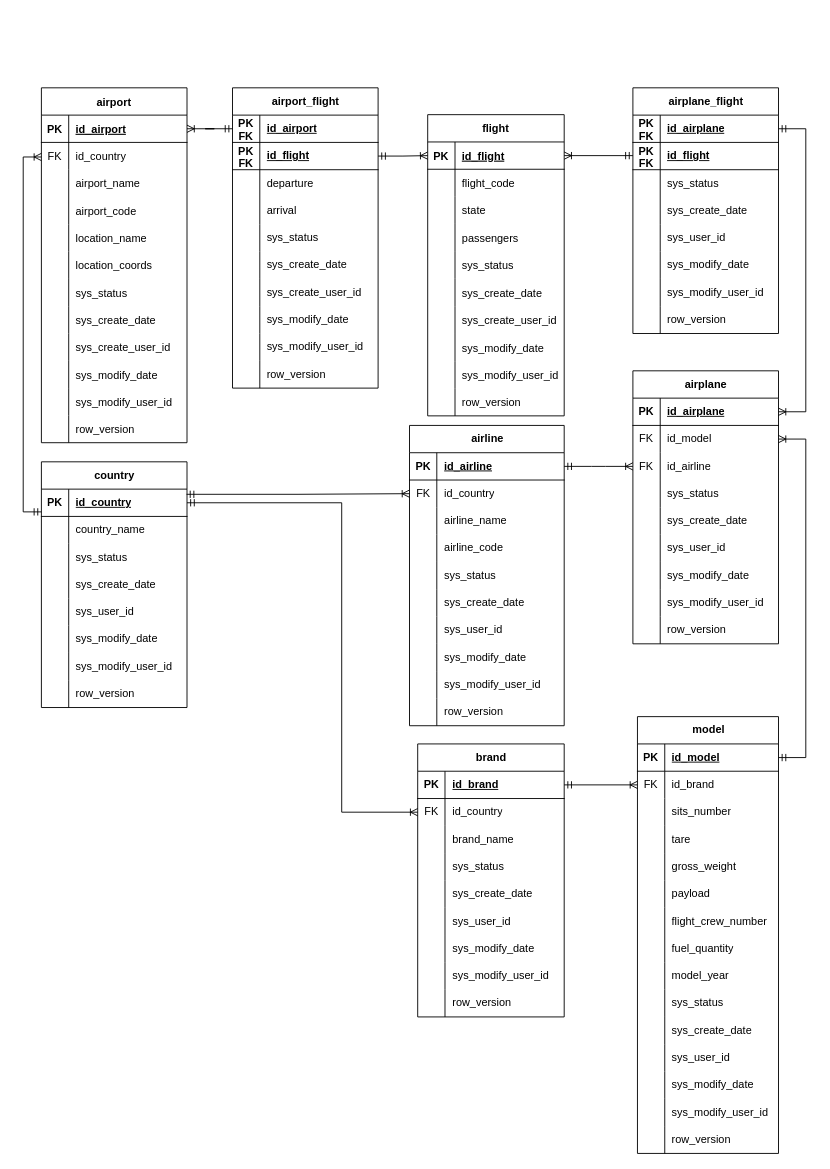
DanielDuarte-Developer/ProjetoBDFlightRadar keeps this draw.io diagram as DiagramaER_FlightRadar Simplified.drawio. Above is the earlier version. Source tidied: cells renumbered, new cells numbered last; positions are measured from the earlier drawing's top-left corner, leaving out a move shared by most shapes. Both pictures are drawn from the tidied source at 91%, with x=0, y=0 at pixel (23, 87).
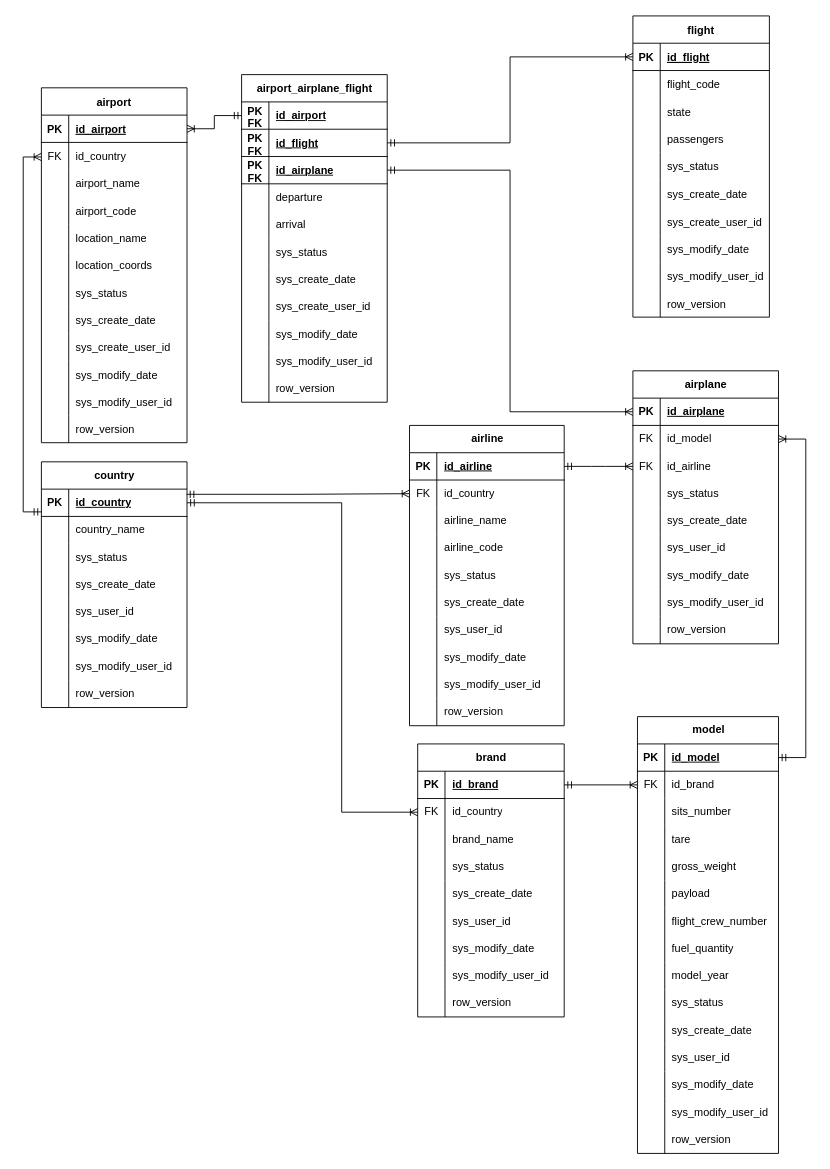
The same diagram, later.

Commit message (it also covers changes not shown here):
Change the diagram and tables

Unchanged cells that the change refers to:
```xml
<mxCell id="3" style="shape=partialRectangle;fillColor=none;points=[[0,0.5],[1,0.5]];portConstraint=eastwest;top=0;left=0;right=0;bottom=1;" parent="2" vertex="1">
  <mxGeometry y="30" width="150" height="30" as="geometry" />
</mxCell>
<mxCell id="102" style="shape=tableRow;horizontal=0;startSize=0;swimlaneHead=0;swimlaneBody=0;fillColor=none;points=[[0,0.5],[1,0.5]];portConstraint=eastwest;top=0;left=0;right=0;bottom=1;" parent="101" vertex="1">
  <mxGeometry y="30" width="160" height="30" as="geometry" />
</mxCell>
```

Diff of the diagram source:
```diff
@@
     <mxCell id="2" value="flight" style="shape=table;startSize=30;childLayout=tableLayout;rowLines=0;fontStyle=1;align=center;" parent="1" vertex="1">
-      <mxGeometry x="444.5" y="29.5" width="150" height="331" as="geometry" />
+      <mxGeometry x="670" y="-79" width="150" height="331" as="geometry" />
     </mxCell>
@@
-    <mxCell id="228" value="airport_flight" style="shape=table;startSize=30;childLayout=tableLayout;rowLines=0;fontStyle=1;align=center;html=1;" parent="1" vertex="1">
-      <mxGeometry x="230" width="160" height="330" as="geometry" />
+    <mxCell id="228" value="airport_airplane_flight" style="shape=table;startSize=30;childLayout=tableLayout;rowLines=0;fontStyle=1;align=center;html=1;" parent="1" vertex="1">
+      <mxGeometry x="240" y="-14.5" width="160" height="360" as="geometry" />
     </mxCell>
@@
+    <mxCell id="294" style="shape=tableRow;horizontal=0;startSize=0;swimlaneHead=0;swimlaneBody=0;fillColor=none;points=[[0,0.5],[1,0.5]];portConstraint=eastwest;top=0;left=0;right=0;bottom=1;" parent="228" vertex="1">
+      <mxGeometry y="90" width="160" height="30" as="geometry" />
+    </mxCell>
+    <mxCell id="269" value="PK FK" style="shape=partialRectangle;fillColor=none;top=0;left=0;bottom=0;right=0;fontStyle=1;overflow=hidden;whiteSpace=wrap;html=1;" parent="294" vertex="1">
+      <mxGeometry width="30" height="30" as="geometry" />
+    </mxCell>
+    <mxCell id="267" value="id_airplane" style="shape=partialRectangle;fillColor=none;top=0;left=0;bottom=0;right=0;align=left;spacingLeft=6;fontStyle=5;overflow=hidden;whiteSpace=wrap;html=1;" parent="294" vertex="1">
+      <mxGeometry x="30" width="130" height="30" as="geometry" />
+    </mxCell>
     <mxCell id="235" style="shape=tableRow;horizontal=0;startSize=0;swimlaneHead=0;swimlaneBody=0;fillColor=none;top=0;left=0;right=0;bottom=0;" parent="228" vertex="1">
-      <mxGeometry y="90" width="160" height="30" as="geometry" />
+      <mxGeometry y="120" width="160" height="30" as="geometry" />
     </mxCell>
@@
     <mxCell id="238" style="shape=tableRow;horizontal=0;startSize=0;swimlaneHead=0;swimlaneBody=0;fillColor=none;top=0;left=0;right=0;bottom=0;" parent="228" vertex="1">
-      <mxGeometry y="120" width="160" height="30" as="geometry" />
+      <mxGeometry y="150" width="160" height="30" as="geometry" />
     </mxCell>
@@
     <mxCell id="241" style="shape=tableRow;horizontal=0;startSize=0;swimlaneHead=0;swimlaneBody=0;fillColor=none;top=0;left=0;right=0;bottom=0;" parent="228" vertex="1">
-      <mxGeometry y="150" width="160" height="30" as="geometry" />
+      <mxGeometry y="180" width="160" height="30" as="geometry" />
     </mxCell>
@@
     <mxCell id="244" style="shape=tableRow;horizontal=0;startSize=0;swimlaneHead=0;swimlaneBody=0;fillColor=none;top=0;left=0;right=0;bottom=0;" parent="228" vertex="1">
-      <mxGeometry y="180" width="160" height="30" as="geometry" />
+      <mxGeometry y="210" width="160" height="30" as="geometry" />
     </mxCell>
@@
     <mxCell id="247" style="shape=tableRow;horizontal=0;startSize=0;swimlaneHead=0;swimlaneBody=0;fillColor=none;top=0;left=0;right=0;bottom=0;" parent="228" vertex="1">
-      <mxGeometry y="210" width="160" height="30" as="geometry" />
+      <mxGeometry y="240" width="160" height="30" as="geometry" />
     </mxCell>
@@
     <mxCell id="250" style="shape=tableRow;horizontal=0;startSize=0;swimlaneHead=0;swimlaneBody=0;fillColor=none;top=0;left=0;right=0;bottom=0;" parent="228" vertex="1">
-      <mxGeometry y="240" width="160" height="30" as="geometry" />
+      <mxGeometry y="270" width="160" height="30" as="geometry" />
     </mxCell>
@@
     <mxCell id="253" style="shape=tableRow;horizontal=0;startSize=0;swimlaneHead=0;swimlaneBody=0;fillColor=none;top=0;left=0;right=0;bottom=0;" parent="228" vertex="1">
-      <mxGeometry y="270" width="160" height="30" as="geometry" />
+      <mxGeometry y="300" width="160" height="30" as="geometry" />
     </mxCell>
@@
     <mxCell id="256" style="shape=tableRow;horizontal=0;startSize=0;swimlaneHead=0;swimlaneBody=0;fillColor=none;top=0;left=0;right=0;bottom=0;" parent="228" vertex="1">
-      <mxGeometry y="300" width="160" height="30" as="geometry" />
+      <mxGeometry y="330" width="160" height="30" as="geometry" />
     </mxCell>
@@
-    <mxCell id="260" style="fontSize=12;html=1;endArrow=ERoneToMany;startArrow=ERmandOne;rounded=0;entryX=1;entryY=0.5;entryDx=0;entryDy=0;edgeStyle=orthogonalEdgeStyle;" parent="1" edge="1" source="268" target="3">
-      <mxGeometry relative="1" as="geometry">
-        <Array as="points">
-          <mxPoint x="750" y="75" />
-        </Array>
-      </mxGeometry>
-    </mxCell>
@@
-    <mxCell id="263" style="fontSize=12;html=1;endArrow=ERoneToMany;startArrow=ERmandOne;rounded=0;entryX=1;entryY=0.5;entryDx=0;entryDy=0;edgeStyle=orthogonalEdgeStyle;" parent="1" edge="1" source="265" target="102">
-      <mxGeometry relative="1" as="geometry">
-        <Array as="points">
-          <mxPoint x="860" y="45" />
-          <mxPoint x="860" y="356" />
-        </Array>
-      </mxGeometry>
+    <mxCell id="263" style="fontSize=12;html=1;endArrow=ERoneToMany;startArrow=ERmandOne;rounded=0;entryX=0;entryY=0.5;entryDx=0;entryDy=0;exitX=1;exitY=0.5;exitDx=0;exitDy=0;edgeStyle=orthogonalEdgeStyle;" parent="1" edge="1" source="294" target="102">
+      <mxGeometry relative="1" as="geometry" />
     </mxCell>
-    <mxCell id="264" value="&lt;div&gt;airplane_flight&lt;/div&gt;" style="shape=table;startSize=30;childLayout=tableLayout;rowLines=0;fontStyle=1;align=center;html=1;" parent="1" vertex="1">
-      <mxGeometry x="670" width="160" height="270" as="geometry" />
-    </mxCell>
-    <mxCell id="265" style="shape=tableRow;horizontal=0;startSize=0;swimlaneHead=0;swimlaneBody=0;fillColor=none;points=[[0,0.5],[1,0.5]];portConstraint=eastwest;top=0;left=0;right=0;bottom=1;" parent="264" vertex="1">
-      <mxGeometry y="30" width="160" height="30" as="geometry" />
-    </mxCell>
-    <mxCell id="266" value="&lt;div&gt;PK FK&lt;br&gt;&lt;/div&gt;" style="shape=partialRectangle;fillColor=none;top=0;left=0;bottom=0;right=0;fontStyle=1;overflow=hidden;whiteSpace=wrap;html=1;" parent="265" vertex="1">
-      <mxGeometry width="30" height="30" as="geometry" />
-    </mxCell>
-    <mxCell id="267" value="&lt;div&gt;id_airplane&lt;/div&gt;" style="shape=partialRectangle;fillColor=none;top=0;left=0;bottom=0;right=0;align=left;spacingLeft=6;fontStyle=5;overflow=hidden;whiteSpace=wrap;html=1;" parent="265" vertex="1">
-      <mxGeometry x="30" width="130" height="30" as="geometry" />
-    </mxCell>
-    <mxCell id="268" style="shape=tableRow;horizontal=0;startSize=0;swimlaneHead=0;swimlaneBody=0;fillColor=none;points=[[0,0.5],[1,0.5]];portConstraint=eastwest;top=0;left=0;right=0;bottom=1;" parent="264" vertex="1">
-      <mxGeometry y="60" width="160" height="30" as="geometry" />
-    </mxCell>
-    <mxCell id="269" value="PK FK" style="shape=partialRectangle;fillColor=none;top=0;left=0;bottom=0;right=0;fontStyle=1;overflow=hidden;whiteSpace=wrap;html=1;" parent="268" vertex="1">
-      <mxGeometry width="30" height="30" as="geometry" />
-    </mxCell>
-    <mxCell id="270" value="id_flight" style="shape=partialRectangle;fillColor=none;top=0;left=0;bottom=0;right=0;align=left;spacingLeft=6;fontStyle=5;overflow=hidden;whiteSpace=wrap;html=1;" parent="268" vertex="1">
-      <mxGeometry x="30" width="130" height="30" as="geometry" />
-    </mxCell>
-    <mxCell id="271" style="shape=tableRow;horizontal=0;startSize=0;swimlaneHead=0;swimlaneBody=0;fillColor=none;top=0;left=0;right=0;bottom=0;" parent="264" vertex="1">
-      <mxGeometry y="90" width="160" height="30" as="geometry" />
-    </mxCell>
-    <mxCell id="272" style="shape=partialRectangle;fillColor=none;top=0;left=0;bottom=0;right=0;overflow=hidden;whiteSpace=wrap;html=1;" parent="271" vertex="1">
-      <mxGeometry width="30" height="30" as="geometry" />
-    </mxCell>
-    <mxCell id="273" value="sys_status" style="shape=partialRectangle;fillColor=none;top=0;left=0;bottom=0;right=0;align=left;spacingLeft=6;overflow=hidden;whiteSpace=wrap;html=1;" parent="271" vertex="1">
-      <mxGeometry x="30" width="130" height="30" as="geometry" />
-    </mxCell>
-    <mxCell id="274" style="shape=tableRow;horizontal=0;startSize=0;swimlaneHead=0;swimlaneBody=0;fillColor=none;top=0;left=0;right=0;bottom=0;" parent="264" vertex="1">
-      <mxGeometry y="120" width="160" height="30" as="geometry" />
-    </mxCell>
-    <mxCell id="275" style="shape=partialRectangle;fillColor=none;top=0;left=0;bottom=0;right=0;overflow=hidden;whiteSpace=wrap;html=1;" parent="274" vertex="1">
-      <mxGeometry width="30" height="30" as="geometry" />
-    </mxCell>
-    <mxCell id="276" value="sys_create_date" style="shape=partialRectangle;fillColor=none;top=0;left=0;bottom=0;right=0;align=left;spacingLeft=6;overflow=hidden;whiteSpace=wrap;html=1;" parent="274" vertex="1">
-      <mxGeometry x="30" width="130" height="30" as="geometry" />
-    </mxCell>
-    <mxCell id="277" style="shape=tableRow;horizontal=0;startSize=0;swimlaneHead=0;swimlaneBody=0;fillColor=none;top=0;left=0;right=0;bottom=0;" parent="264" vertex="1">
-      <mxGeometry y="150" width="160" height="30" as="geometry" />
-    </mxCell>
-    <mxCell id="278" style="shape=partialRectangle;fillColor=none;top=0;left=0;bottom=0;right=0;overflow=hidden;whiteSpace=wrap;html=1;" parent="277" vertex="1">
-      <mxGeometry width="30" height="30" as="geometry" />
-    </mxCell>
-    <mxCell id="279" value="sys_user_id" style="shape=partialRectangle;fillColor=none;top=0;left=0;bottom=0;right=0;align=left;spacingLeft=6;overflow=hidden;whiteSpace=wrap;html=1;" parent="277" vertex="1">
-      <mxGeometry x="30" width="130" height="30" as="geometry" />
-    </mxCell>
-    <mxCell id="280" style="shape=tableRow;horizontal=0;startSize=0;swimlaneHead=0;swimlaneBody=0;fillColor=none;top=0;left=0;right=0;bottom=0;" parent="264" vertex="1">
-      <mxGeometry y="180" width="160" height="30" as="geometry" />
-    </mxCell>
-    <mxCell id="281" style="shape=partialRectangle;fillColor=none;top=0;left=0;bottom=0;right=0;overflow=hidden;whiteSpace=wrap;html=1;" parent="280" vertex="1">
-      <mxGeometry width="30" height="30" as="geometry" />
-    </mxCell>
-    <mxCell id="282" value="sys_modify_date" style="shape=partialRectangle;fillColor=none;top=0;left=0;bottom=0;right=0;align=left;spacingLeft=6;overflow=hidden;whiteSpace=wrap;html=1;" parent="280" vertex="1">
-      <mxGeometry x="30" width="130" height="30" as="geometry" />
-    </mxCell>
-    <mxCell id="283" style="shape=tableRow;horizontal=0;startSize=0;swimlaneHead=0;swimlaneBody=0;fillColor=none;top=0;left=0;right=0;bottom=0;" parent="264" vertex="1">
-      <mxGeometry y="210" width="160" height="30" as="geometry" />
-    </mxCell>
-    <mxCell id="284" style="shape=partialRectangle;fillColor=none;top=0;left=0;bottom=0;right=0;overflow=hidden;whiteSpace=wrap;html=1;" parent="283" vertex="1">
-      <mxGeometry width="30" height="30" as="geometry" />
-    </mxCell>
-    <mxCell id="285" value="sys_modify_user_id" style="shape=partialRectangle;fillColor=none;top=0;left=0;bottom=0;right=0;align=left;spacingLeft=6;overflow=hidden;whiteSpace=wrap;html=1;" parent="283" vertex="1">
-      <mxGeometry x="30" width="130" height="30" as="geometry" />
-    </mxCell>
-    <mxCell id="286" style="shape=tableRow;horizontal=0;startSize=0;swimlaneHead=0;swimlaneBody=0;fillColor=none;top=0;left=0;right=0;bottom=0;" parent="264" vertex="1">
-      <mxGeometry y="240" width="160" height="30" as="geometry" />
-    </mxCell>
-    <mxCell id="287" style="shape=partialRectangle;fillColor=none;top=0;left=0;bottom=0;right=0;overflow=hidden;whiteSpace=wrap;html=1;" parent="286" vertex="1">
-      <mxGeometry width="30" height="30" as="geometry" />
-    </mxCell>
-    <mxCell id="288" value="row_version" style="shape=partialRectangle;fillColor=none;top=0;left=0;bottom=0;right=0;align=left;spacingLeft=6;overflow=hidden;whiteSpace=wrap;html=1;" parent="286" vertex="1">
-      <mxGeometry x="30" width="130" height="30" as="geometry" />
-    </mxCell>
```
